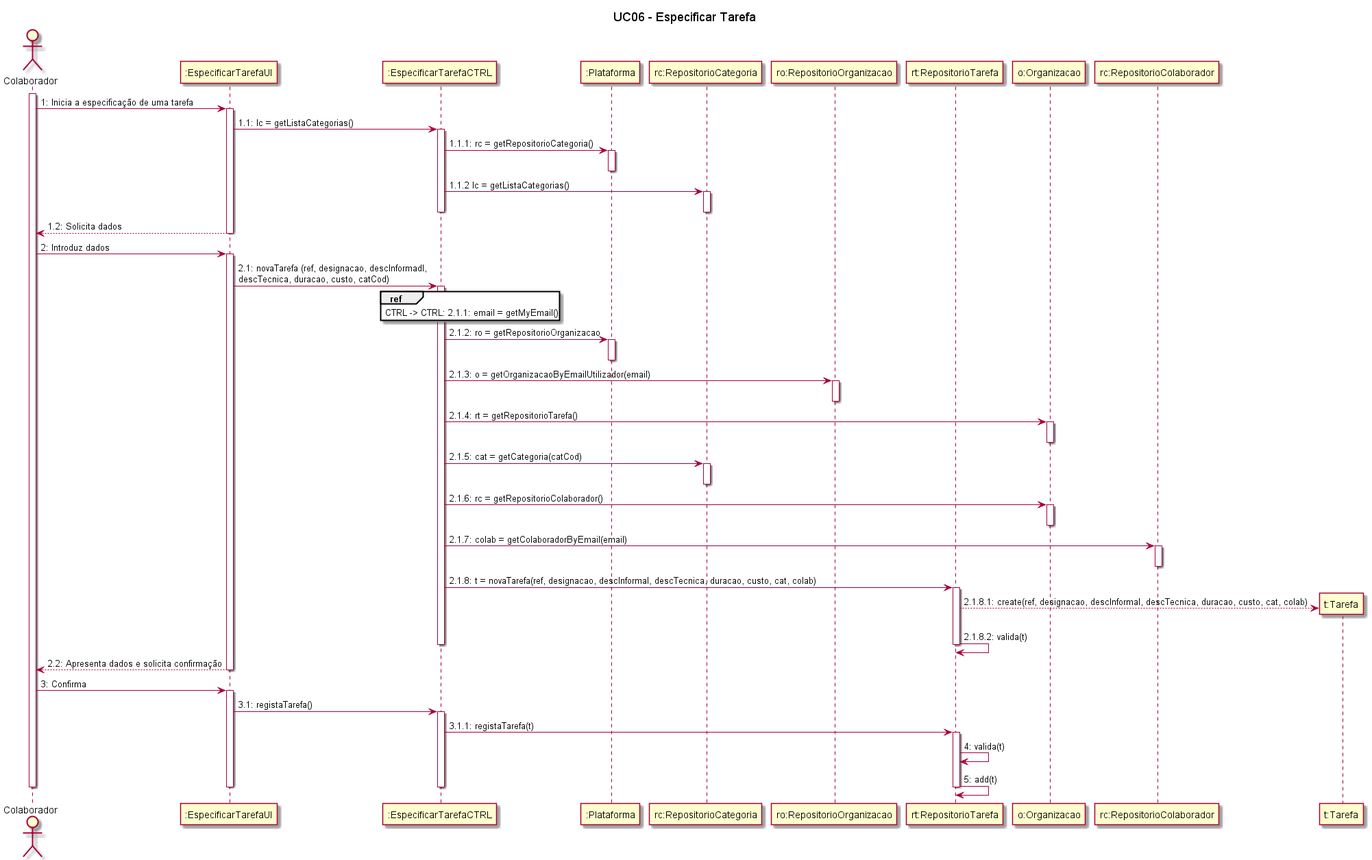
This is Sprint 2/UC06_Especificar_Tarefa/UC06_Especificar_Tarefa_Diagrama_Sequencia.png from blestonbandeiraUPSKILL/upskill_java1_labprg_grupo2, a PlantUML export, as it was before one commit.
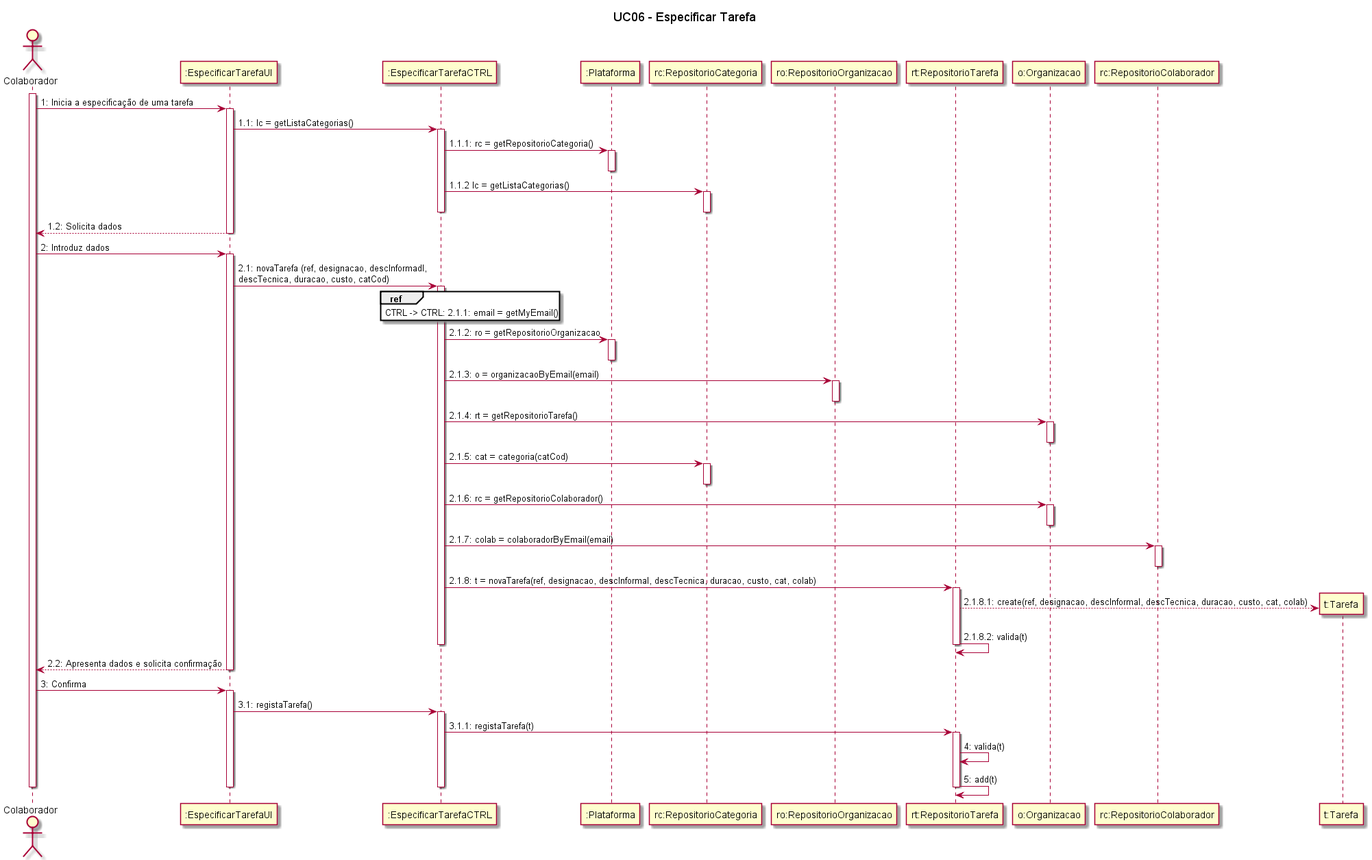
After the commit.

Change to the diagram source:
```diff
@@ -37,19 +37,19 @@
 CTRL -> Plataforma: 2.1.2: ro = getRepositorioOrganizacao
 activate Plataforma
 deactivate Plataforma
-CTRL -> RepositorioOrganizacao: 2.1.3: o = getOrganizacaoByEmailUtilizador(email)
+CTRL -> RepositorioOrganizacao: 2.1.3: o = organizacaoByEmail(email)
 activate RepositorioOrganizacao
 deactivate RepositorioOrganizacao
 CTRL -> Organizacao: 2.1.4: rt = getRepositorioTarefa()
 activate Organizacao
 deactivate Organizacao
-CTRL -> RepositorioCategoria: 2.1.5: cat = getCategoria(catCod)
+CTRL -> RepositorioCategoria: 2.1.5: cat = categoria(catCod)
 activate RepositorioCategoria
 deactivate RepositorioCategoria
 CTRL -> Organizacao: 2.1.6: rc = getRepositorioColaborador()
 activate Organizacao
 deactivate Organizacao
-CTRL -> RepositorioColaborador: 2.1.7: colab = getColaboradorByEmail(email)
+CTRL -> RepositorioColaborador: 2.1.7: colab = colaboradorByEmail(email)
 activate RepositorioColaborador
 deactivate RepositorioColaborador
 CTRL -> RepositorioTarefa: 2.1.8: t = novaTarefa(ref, designacao, descInformal, descTecnica, duracao, custo, cat, colab)
```
